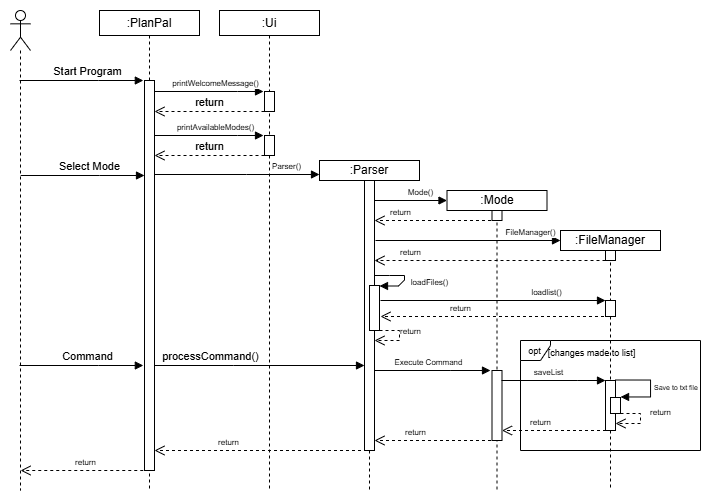
parasytezz/tp keeps this draw.io diagram as docs/Images(DG)/MainProgramFlowDiagram.drawio.png. Above is the earlier version. Source tidied: cells renumbered, new cells last; positions are measured from the earlier drawing's top-left corner, leaving out a move shared by most shapes.
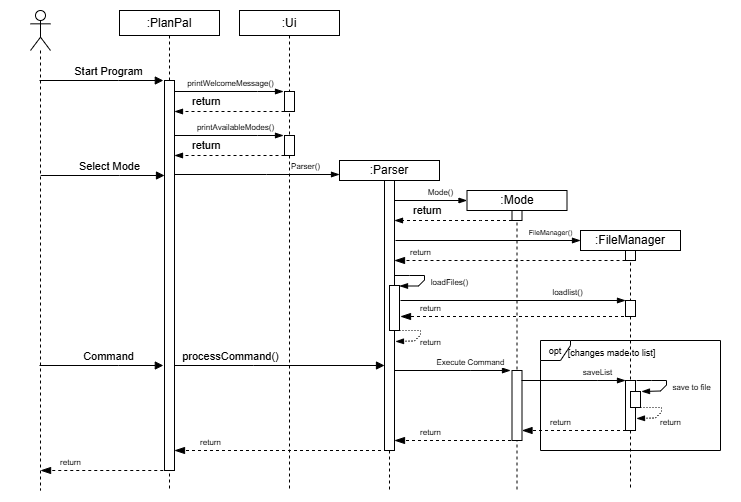
After the change.

What changed in the source:
```diff
@@ -20,8 +20,8 @@
         </Array>
       </mxGeometry>
     </mxCell>
-    <mxCell id="6" value="&lt;font style=&quot;font-size: 8px;&quot;&gt;return&lt;/font&gt;" style="html=1;verticalAlign=bottom;endArrow=open;dashed=1;endSize=8;curved=0;rounded=0;" parent="1" edge="1">
-      <mxGeometry relative="1" as="geometry">
+    <mxCell id="6" value="&lt;font style=&quot;font-size: 8px;&quot;&gt;return&lt;/font&gt;" style="html=1;verticalAlign=bottom;endArrow=blockThin;dashed=1;endSize=8;curved=0;rounded=0;strokeColor=default;align=center;fontFamily=Helvetica;fontSize=11;fontColor=default;labelBackgroundColor=default;endFill=1;" parent="1" edge="1">
+      <mxGeometry x="0.53" relative="1" as="geometry">
         <mxPoint x="148.8" y="470" as="sourcePoint" />
         <mxPoint x="20.1" y="470" as="targetPoint" />
       </mxGeometry>
@@ -32,8 +32,8 @@
     <mxCell id="8" style="html=1;points=[[0,0,0,0,5],[0,1,0,0,-5],[1,0,0,0,5],[1,1,0,0,-5]];perimeter=orthogonalPerimeter;outlineConnect=0;targetShapes=umlLifeline;portConstraint=eastwest;newEdgeStyle={&quot;curved&quot;:0,&quot;rounded&quot;:0};" parent="7" vertex="1">
       <mxGeometry x="45" y="81" width="10" height="20" as="geometry" />
     </mxCell>
-    <mxCell id="9" value="&lt;font style=&quot;font-size: 8px;&quot;&gt;printWelcomeMessage()&lt;/font&gt;" style="html=1;verticalAlign=bottom;endArrow=block;curved=0;rounded=0;" parent="7" edge="1">
-      <mxGeometry x="0.11" relative="1" as="geometry">
+    <mxCell id="9" value="&lt;font style=&quot;font-size: 8px;&quot;&gt;printWelcomeMessage()&lt;/font&gt;" style="html=1;verticalAlign=bottom;endArrow=blockThin;curved=0;rounded=0;endFill=1;" parent="7" edge="1">
+      <mxGeometry x="0.03" relative="1" as="geometry">
         <mxPoint x="-65" y="81" as="sourcePoint" />
         <mxPoint x="44" y="81" as="targetPoint" />
         <Array as="points">
@@ -44,7 +44,7 @@
     <mxCell id="10" style="html=1;perimeter=orthogonalPerimeter;targetShapes=umlLifeline;newEdgeStyle={&quot;curved&quot;:0,&quot;rounded&quot;:0};" parent="7" vertex="1">
       <mxGeometry x="45" y="125" width="10" height="20" as="geometry" />
     </mxCell>
-    <mxCell id="11" value="&lt;font style=&quot;font-size: 8px;&quot;&gt;printAvailableModes()&lt;/font&gt;" style="html=1;verticalAlign=bottom;endArrow=block;curved=0;rounded=0;" parent="7" edge="1">
+    <mxCell id="11" value="&lt;font style=&quot;font-size: 8px;&quot;&gt;printAvailableModes()&lt;/font&gt;" style="html=1;verticalAlign=bottom;endArrow=blockThin;curved=0;rounded=0;endFill=1;" parent="7" edge="1">
       <mxGeometry x="0.11" relative="1" as="geometry">
         <mxPoint x="-65" y="125" as="sourcePoint" />
         <mxPoint x="44" y="125" as="targetPoint" />
@@ -53,13 +53,7 @@
         </Array>
       </mxGeometry>
     </mxCell>
-    <mxCell id="12" value="return" style="html=1;verticalAlign=bottom;endArrow=open;dashed=1;endSize=8;curved=0;rounded=0;" parent="7" edge="1">
-      <mxGeometry relative="1" as="geometry">
-        <mxPoint x="45" y="145" as="sourcePoint" />
-        <mxPoint x="-65" y="145" as="targetPoint" />
-      </mxGeometry>
-    </mxCell>
-    <mxCell id="13" value="&lt;font style=&quot;font-size: 8px;&quot;&gt;Parser()&lt;/font&gt;" style="html=1;verticalAlign=bottom;endArrow=block;curved=0;rounded=0;" parent="1" edge="1" source="3">
+    <mxCell id="13" value="&lt;font style=&quot;font-size: 8px;&quot;&gt;Parser()&lt;/font&gt;" style="html=1;verticalAlign=bottom;endArrow=blockThin;curved=0;rounded=0;endFill=1;" parent="1" edge="1" source="3">
       <mxGeometry x="0.59" relative="1" as="geometry">
         <mxPoint x="319" y="174" as="targetPoint" />
         <Array as="points">
@@ -76,7 +70,7 @@
     <mxCell id="16" style="html=1;points=[[0,0,0,0,5],[0,1,0,0,-5],[1,0,0,0,5],[1,1,0,0,-5]];perimeter=orthogonalPerimeter;outlineConnect=0;targetShapes=umlLifeline;portConstraint=eastwest;newEdgeStyle={&quot;curved&quot;:0,&quot;rounded&quot;:0};" parent="14" vertex="1">
       <mxGeometry x="50" y="125" width="10" height="45" as="geometry" />
     </mxCell>
-    <mxCell id="17" value="&lt;font style=&quot;font-size: 8px;&quot;&gt;loadFiles()&lt;/font&gt;" style="html=1;verticalAlign=bottom;endArrow=block;curved=0;rounded=0;exitX=1;exitY=0;exitDx=0;exitDy=5;exitPerimeter=0;" parent="14" edge="1" target="16">
+    <mxCell id="17" value="&lt;font style=&quot;font-size: 8px;&quot;&gt;loadFiles()&lt;/font&gt;" style="html=1;verticalAlign=bottom;endArrow=blockThin;curved=0;rounded=0;exitX=1;exitY=0;exitDx=0;exitDy=5;exitPerimeter=0;endFill=1;" parent="14" edge="1" target="16">
       <mxGeometry x="0.11" y="27" relative="1" as="geometry">
         <mxPoint x="55" y="115" as="sourcePoint" />
         <Array as="points">
@@ -88,11 +82,6 @@
         <mxPoint x="6" y="-9" as="offset" />
       </mxGeometry>
     </mxCell>
-    <mxCell id="18" value="return" style="html=1;verticalAlign=bottom;endArrow=open;dashed=1;endSize=8;curved=0;rounded=0;" parent="1" edge="1" target="3">
-      <mxGeometry relative="1" as="geometry">
-        <mxPoint x="264" y="111" as="sourcePoint" />
-      </mxGeometry>
-    </mxCell>
     <mxCell id="19" value="Start Program" style="html=1;verticalAlign=bottom;endArrow=block;curved=0;rounded=0;" parent="1" edge="1">
       <mxGeometry x="0.11" relative="1" as="geometry">
         <mxPoint x="19" y="80" as="sourcePoint" />
@@ -102,7 +91,7 @@
         </Array>
       </mxGeometry>
     </mxCell>
-    <mxCell id="20" value="&lt;font style=&quot;font-size: 8px;&quot;&gt;Mode()&lt;/font&gt;" style="html=1;verticalAlign=bottom;endArrow=block;curved=0;rounded=0;" parent="1" edge="1" source="15">
+    <mxCell id="20" value="&lt;font style=&quot;font-size: 8px;&quot;&gt;Mode()&lt;/font&gt;" style="html=1;verticalAlign=bottom;endArrow=blockThin;curved=0;rounded=0;endFill=1;" parent="1" edge="1" source="15">
       <mxGeometry x="0.27" relative="1" as="geometry">
         <mxPoint x="446.5" y="200" as="targetPoint" />
       </mxGeometry>
@@ -133,8 +122,8 @@
         </Array>
       </mxGeometry>
     </mxCell>
-    <mxCell id="26" value="&lt;font style=&quot;font-size: 8px;&quot;&gt;Execute Command&lt;/font&gt;" style="html=1;verticalAlign=bottom;endArrow=block;curved=0;rounded=0;" parent="1" edge="1" source="15">
-      <mxGeometry x="-0.08" relative="1" as="geometry">
+    <mxCell id="26" value="&lt;font style=&quot;font-size: 8px;&quot;&gt;Execute Command&lt;/font&gt;" style="html=1;verticalAlign=bottom;endArrow=blockThin;curved=0;rounded=0;strokeColor=default;align=center;fontFamily=Helvetica;fontSize=11;fontColor=default;labelBackgroundColor=default;endFill=1;" parent="1" edge="1" source="15">
+      <mxGeometry x="0.32" relative="1" as="geometry">
         <mxPoint x="490" y="370" as="targetPoint" />
         <Array as="points">
           <mxPoint x="450.3" y="370" />
@@ -154,91 +143,53 @@
       <mxGeometry x="45" y="150" width="10" height="50" as="geometry" />
     </mxCell>
     <mxCell id="31" style="html=1;perimeter=orthogonalPerimeter;targetShapes=umlLifeline;newEdgeStyle={&quot;curved&quot;:0,&quot;rounded&quot;:0};" parent="27" vertex="1">
-      <mxGeometry x="50" y="167" width="10" height="16" as="geometry" />
+      <mxGeometry x="50" y="161" width="10" height="16" as="geometry" />
     </mxCell>
-    <mxCell id="32" value="&lt;font style=&quot;font-size: 8px;&quot;&gt;loadlist()&lt;/font&gt;" style="html=1;verticalAlign=bottom;endArrow=block;curved=0;rounded=0;" parent="1" edge="1" target="29">
+    <mxCell id="32" value="&lt;font style=&quot;font-size: 8px;&quot;&gt;loadlist()&lt;/font&gt;" style="html=1;verticalAlign=bottom;endArrow=blockThin;curved=0;rounded=0;endFill=1;" parent="1" edge="1" target="29">
       <mxGeometry x="0.48" relative="1" as="geometry">
         <mxPoint x="380" y="300" as="sourcePoint" />
       </mxGeometry>
     </mxCell>
-    <mxCell id="33" value="&lt;font style=&quot;font-size: 8px;&quot;&gt;return&lt;/font&gt;" style="html=1;verticalAlign=bottom;endArrow=open;dashed=1;endSize=8;curved=0;rounded=0;" parent="1" edge="1">
-      <mxGeometry x="0.09" y="-11" relative="1" as="geometry">
-        <mxPoint x="379" y="330" as="sourcePoint" />
-        <mxPoint x="374" y="340" as="targetPoint" />
-        <Array as="points">
-          <mxPoint x="399" y="330" />
-          <mxPoint x="399" y="340" />
-        </Array>
-        <mxPoint x="22" as="offset" />
-      </mxGeometry>
-    </mxCell>
-    <mxCell id="34" value="&lt;span style=&quot;font-size: 8px;&quot;&gt;FileManager()&lt;/span&gt;" style="html=1;verticalAlign=bottom;endArrow=block;curved=0;rounded=0;" parent="1" edge="1">
+    <mxCell id="34" value="&lt;font style=&quot;font-size: 7px;&quot;&gt;FileManager()&lt;/font&gt;" style="html=1;verticalAlign=bottom;endArrow=blockThin;curved=0;rounded=0;endFill=1;" parent="1" edge="1">
       <mxGeometry x="0.68" relative="1" as="geometry">
         <mxPoint x="375" y="240" as="sourcePoint" />
         <mxPoint x="560" y="240" as="targetPoint" />
       </mxGeometry>
     </mxCell>
-    <mxCell id="35" value="&lt;font style=&quot;font-size: 8px;&quot;&gt;return&lt;/font&gt;" style="html=1;verticalAlign=bottom;endArrow=open;dashed=1;endSize=8;curved=0;rounded=0;" parent="1" edge="1" source="27">
-      <mxGeometry x="0.3" relative="1" as="geometry">
+    <mxCell id="35" value="&lt;font style=&quot;font-size: 8px;&quot;&gt;return&lt;/font&gt;" style="html=1;verticalAlign=bottom;endArrow=blockThin;dashed=1;endSize=8;curved=0;rounded=0;endFill=1;" parent="1" edge="1" source="27">
+      <mxGeometry x="0.74" relative="1" as="geometry">
         <mxPoint x="380" y="316" as="targetPoint" />
       </mxGeometry>
     </mxCell>
-    <mxCell id="36" value="&lt;font style=&quot;font-size: 8px;&quot;&gt;return&lt;/font&gt;" style="html=1;verticalAlign=bottom;endArrow=open;dashed=1;endSize=8;curved=0;rounded=0;" parent="1" edge="1" target="15">
-      <mxGeometry x="0.58" relative="1" as="geometry">
-        <mxPoint x="496.5" y="220" as="sourcePoint" />
-      </mxGeometry>
-    </mxCell>
-    <mxCell id="37" value="&lt;font style=&quot;font-size: 8px;&quot;&gt;return&lt;/font&gt;" style="html=1;verticalAlign=bottom;endArrow=open;dashed=1;endSize=8;curved=0;rounded=0;" parent="1" edge="1">
-      <mxGeometry x="0.69" relative="1" as="geometry">
+    <mxCell id="37" value="&lt;font style=&quot;font-size: 8px;&quot;&gt;return&lt;/font&gt;" style="html=1;verticalAlign=bottom;endArrow=blockThin;dashed=1;endSize=8;curved=0;rounded=0;endFill=1;" parent="1" edge="1">
+      <mxGeometry x="0.77" relative="1" as="geometry">
         <mxPoint x="605" y="260" as="sourcePoint" />
         <mxPoint x="374" y="260" as="targetPoint" />
       </mxGeometry>
     </mxCell>
-    <mxCell id="38" value="&lt;font style=&quot;font-size: 8px;&quot;&gt;saveList&lt;/font&gt;" style="html=1;verticalAlign=bottom;endArrow=block;curved=0;rounded=0;" parent="1" edge="1" target="30">
-      <mxGeometry x="-0.08" relative="1" as="geometry">
+    <mxCell id="38" value="&lt;font style=&quot;font-size: 8px;&quot;&gt;saveList&lt;/font&gt;" style="html=1;verticalAlign=bottom;endArrow=blockThin;curved=0;rounded=0;strokeColor=default;align=center;fontFamily=Helvetica;fontSize=11;fontColor=default;labelBackgroundColor=default;endFill=1;" parent="1" edge="1" target="30">
+      <mxGeometry x="0.47" relative="1" as="geometry">
         <mxPoint x="501" y="380" as="sourcePoint" />
         <Array as="points">
           <mxPoint x="577.3" y="380" />
         </Array>
       </mxGeometry>
     </mxCell>
-    <mxCell id="39" value="&lt;span style=&quot;font-size: 7px;&quot;&gt;Save to txt file&lt;/span&gt;" style="html=1;align=left;spacingLeft=2;endArrow=block;rounded=0;edgeStyle=orthogonalEdgeStyle;curved=0;rounded=0;" parent="1" edge="1">
-      <mxGeometry relative="1" as="geometry">
-        <mxPoint x="615" y="379.5" as="sourcePoint" />
-        <mxPoint x="620" y="396.5" as="targetPoint" />
-        <Array as="points">
-          <mxPoint x="650" y="379.5" />
-          <mxPoint x="650" y="396.5" />
-          <mxPoint x="620" y="396.5" />
-        </Array>
-      </mxGeometry>
-    </mxCell>
-    <mxCell id="40" value="&lt;font style=&quot;font-size: 8px;&quot;&gt;return&lt;/font&gt;" style="html=1;verticalAlign=bottom;endArrow=open;dashed=1;endSize=8;curved=0;rounded=0;" parent="1" edge="1">
-      <mxGeometry x="-0.02" y="20" relative="1" as="geometry">
-        <mxPoint x="620" y="413" as="sourcePoint" />
-        <mxPoint x="615" y="423" as="targetPoint" />
-        <Array as="points">
-          <mxPoint x="640" y="413" />
-          <mxPoint x="640" y="423" />
-          <mxPoint x="630" y="423" />
-        </Array>
-      </mxGeometry>
-    </mxCell>
     <mxCell id="41" style="rounded=0;whiteSpace=wrap;html=1;opacity=0;" parent="1" vertex="1">
-      <mxGeometry width="710" height="500" as="geometry" />
+      <mxGeometry x="-20" width="740" height="500" as="geometry" />
     </mxCell>
-    <mxCell id="42" value="&lt;font style=&quot;font-size: 8px;&quot;&gt;return&lt;/font&gt;" style="html=1;verticalAlign=bottom;endArrow=open;dashed=1;endSize=8;curved=0;rounded=0;" parent="1" edge="1" target="23">
+    <mxCell id="42" value="&lt;font style=&quot;font-size: 8px;&quot;&gt;return&lt;/font&gt;" style="html=1;verticalAlign=bottom;endArrow=blockThin;dashed=1;endSize=8;curved=0;rounded=0;strokeColor=default;align=center;fontFamily=Helvetica;fontSize=11;fontColor=default;labelBackgroundColor=default;endFill=1;" parent="1" edge="1" target="23">
       <mxGeometry x="0.3" relative="1" as="geometry">
         <mxPoint x="611.5" y="430" as="sourcePoint" />
       </mxGeometry>
     </mxCell>
-    <mxCell id="43" value="&lt;font style=&quot;font-size: 8px;&quot;&gt;return&lt;/font&gt;" style="html=1;verticalAlign=bottom;endArrow=open;dashed=1;endSize=8;curved=0;rounded=0;" parent="1" edge="1" target="15">
-      <mxGeometry x="0.3" relative="1" as="geometry">
+    <mxCell id="43" value="&lt;font style=&quot;font-size: 8px;&quot;&gt;return&lt;/font&gt;" style="html=1;verticalAlign=bottom;endArrow=blockThin;dashed=1;endSize=8;curved=0;rounded=0;strokeColor=default;align=center;fontFamily=Helvetica;fontSize=11;fontColor=default;labelBackgroundColor=default;endFill=1;" parent="1" edge="1" target="15">
+      <mxGeometry x="0.38" relative="1" as="geometry">
         <mxPoint x="490.5" y="440" as="sourcePoint" />
       </mxGeometry>
     </mxCell>
-    <mxCell id="44" value="&lt;font style=&quot;font-size: 8px;&quot;&gt;return&lt;/font&gt;" style="html=1;verticalAlign=bottom;endArrow=open;dashed=1;endSize=8;curved=0;rounded=0;" parent="1" edge="1" target="3">
-      <mxGeometry x="0.3" relative="1" as="geometry">
+    <mxCell id="44" value="&lt;font style=&quot;font-size: 8px;&quot;&gt;return&lt;/font&gt;" style="html=1;verticalAlign=bottom;endArrow=blockThin;dashed=1;endSize=8;curved=0;rounded=0;strokeColor=default;align=center;fontFamily=Helvetica;fontSize=11;fontColor=default;labelBackgroundColor=default;endFill=1;" parent="1" edge="1" target="3">
+      <mxGeometry x="0.66" relative="1" as="geometry">
         <mxPoint x="366.5" y="450" as="sourcePoint" />
       </mxGeometry>
     </mxCell>
@@ -248,5 +199,70 @@
     <mxCell id="46" value="&lt;font style=&quot;font-size: 9px;&quot;&gt;[changes made to list]&lt;/font&gt;" style="text;html=1;align=center;verticalAlign=middle;strokeColor=none;fillColor=none;" parent="1" vertex="1">
       <mxGeometry x="536" y="337" width="110" height="30" as="geometry" />
     </mxCell>
+    <mxCell id="47" value="return" style="html=1;align=left;spacingLeft=2;endArrow=blockThin;rounded=0;edgeStyle=orthogonalEdgeStyle;curved=0;rounded=0;dashed=1;endFill=1;" parent="1" edge="1" source="8">
+      <mxGeometry x="0.75" y="-10" relative="1" as="geometry">
+        <mxPoint x="154" y="111" as="targetPoint" />
+        <Array as="points">
+          <mxPoint x="230" y="111" />
+          <mxPoint x="230" y="111" />
+        </Array>
+      </mxGeometry>
+    </mxCell>
+    <mxCell id="48" value="return" style="html=1;align=left;spacingLeft=2;endArrow=blockThin;rounded=0;edgeStyle=orthogonalEdgeStyle;curved=0;rounded=0;dashed=1;endFill=1;" parent="1" edge="1">
+      <mxGeometry x="0.75" y="-10" relative="1" as="geometry">
+        <mxPoint x="264" y="155" as="sourcePoint" />
+        <mxPoint x="154" y="155" as="targetPoint" />
+        <Array as="points">
+          <mxPoint x="230" y="155" />
+          <mxPoint x="230" y="155" />
+        </Array>
+      </mxGeometry>
+    </mxCell>
+    <mxCell id="49" value="return" style="html=1;align=left;spacingLeft=2;endArrow=blockThin;rounded=0;edgeStyle=orthogonalEdgeStyle;curved=0;rounded=0;dashed=1;endFill=1;" parent="1" edge="1" source="22">
+      <mxGeometry x="0.75" y="-10" relative="1" as="geometry">
+        <mxPoint x="374" y="220" as="targetPoint" />
+        <Array as="points">
+          <mxPoint x="460" y="220" />
+          <mxPoint x="460" y="220" />
+        </Array>
+      </mxGeometry>
+    </mxCell>
+    <mxCell id="50" value="&lt;font style=&quot;font-size: 8px;&quot;&gt;return&lt;/font&gt;" style="html=1;verticalAlign=bottom;endArrow=blockThin;curved=0;rounded=0;exitX=1;exitY=0;exitDx=0;exitDy=5;exitPerimeter=0;endFill=1;dashed=1;dashPattern=1 2;" parent="1" edge="1">
+      <mxGeometry x="0.24" y="18" relative="1" as="geometry">
+        <mxPoint x="370" y="330" as="sourcePoint" />
+        <mxPoint x="375" y="341" as="targetPoint" />
+        <Array as="points">
+          <mxPoint x="385" y="330" />
+          <mxPoint x="400" y="330" />
+          <mxPoint x="400" y="334.5" />
+          <mxPoint x="394" y="340.5" />
+        </Array>
+      </mxGeometry>
+    </mxCell>
+    <mxCell id="51" value="&lt;font style=&quot;font-size: 8px;&quot;&gt;return&lt;/font&gt;" style="html=1;verticalAlign=bottom;endArrow=blockThin;curved=0;rounded=0;exitX=1;exitY=0;exitDx=0;exitDy=5;exitPerimeter=0;endFill=1;dashed=1;dashPattern=1 2;strokeColor=default;align=center;fontFamily=Helvetica;fontSize=11;fontColor=default;labelBackgroundColor=default;" parent="1" edge="1">
+      <mxGeometry x="0.33" y="19" relative="1" as="geometry">
+        <mxPoint x="611" y="407" as="sourcePoint" />
+        <mxPoint x="616" y="418" as="targetPoint" />
+        <Array as="points">
+          <mxPoint x="626" y="407" />
+          <mxPoint x="641" y="407" />
+          <mxPoint x="641" y="411.5" />
+          <mxPoint x="635" y="417.5" />
+        </Array>
+      </mxGeometry>
+    </mxCell>
+    <mxCell id="52" value="&lt;font style=&quot;font-size: 8px;&quot;&gt;save to file&lt;/font&gt;" style="html=1;verticalAlign=bottom;endArrow=blockThin;curved=0;rounded=0;exitX=1;exitY=0;exitDx=0;exitDy=5;exitPerimeter=0;endFill=1;" parent="1" edge="1">
+      <mxGeometry x="0.11" y="27" relative="1" as="geometry">
+        <mxPoint x="616" y="380" as="sourcePoint" />
+        <mxPoint x="621" y="391" as="targetPoint" />
+        <Array as="points">
+          <mxPoint x="631" y="380" />
+          <mxPoint x="646" y="380" />
+          <mxPoint x="646" y="384.5" />
+          <mxPoint x="640" y="390.5" />
+        </Array>
+        <mxPoint x="6" y="-9" as="offset" />
+      </mxGeometry>
+    </mxCell>
   </root>
 </mxGraphModel>
```
